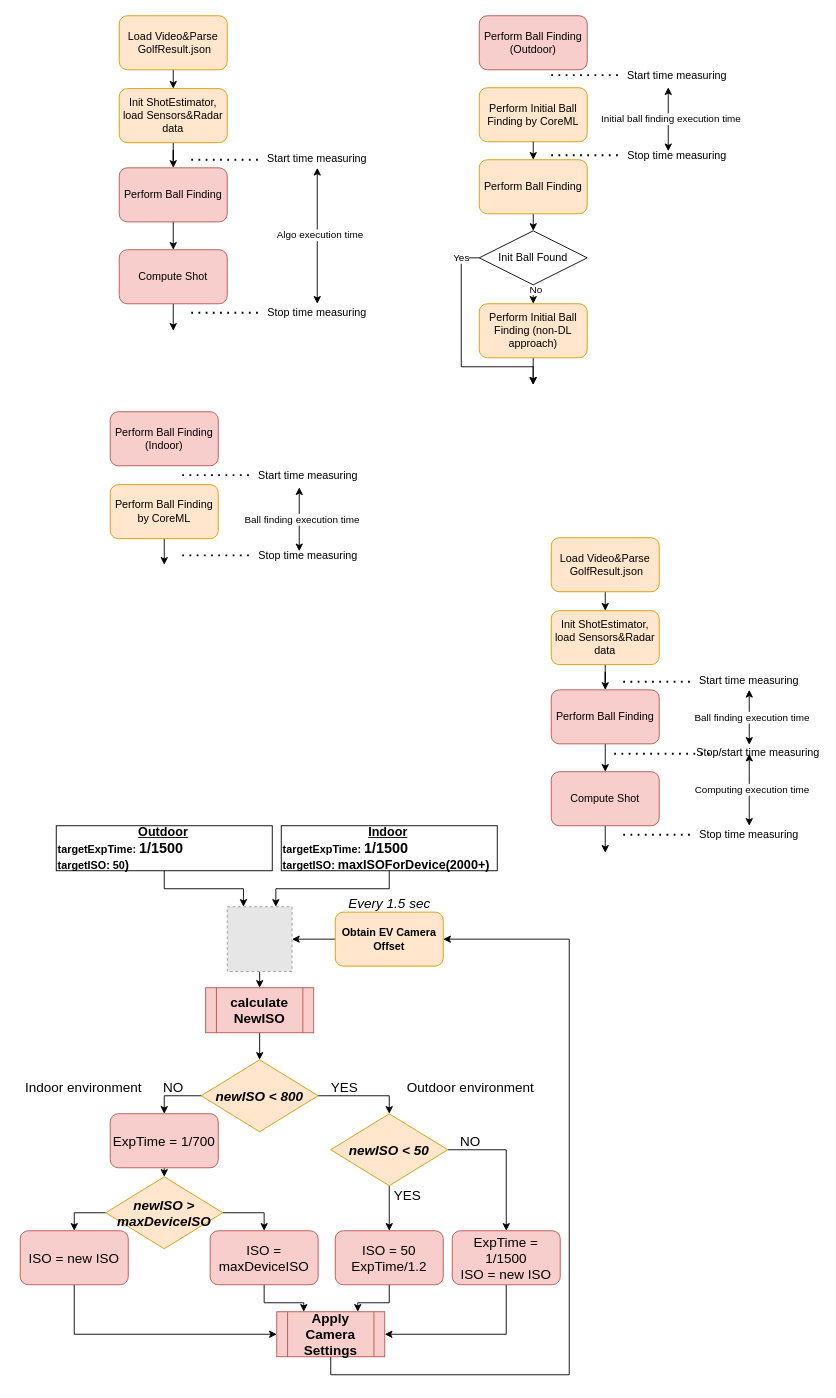
Above: MLM.drawio in Mike335207/work (draw.io), before the change. Source tidied: cells renumbered, new cells numbered last; positions are measured from the earlier drawing's top-left corner, leaving out a move shared by most shapes. Both pictures are drawn from the tidied source at 90%, with x=0, y=0 at pixel (15, 15). Pictures stored in the file or linked from it are replaced by grey dashed boxes.
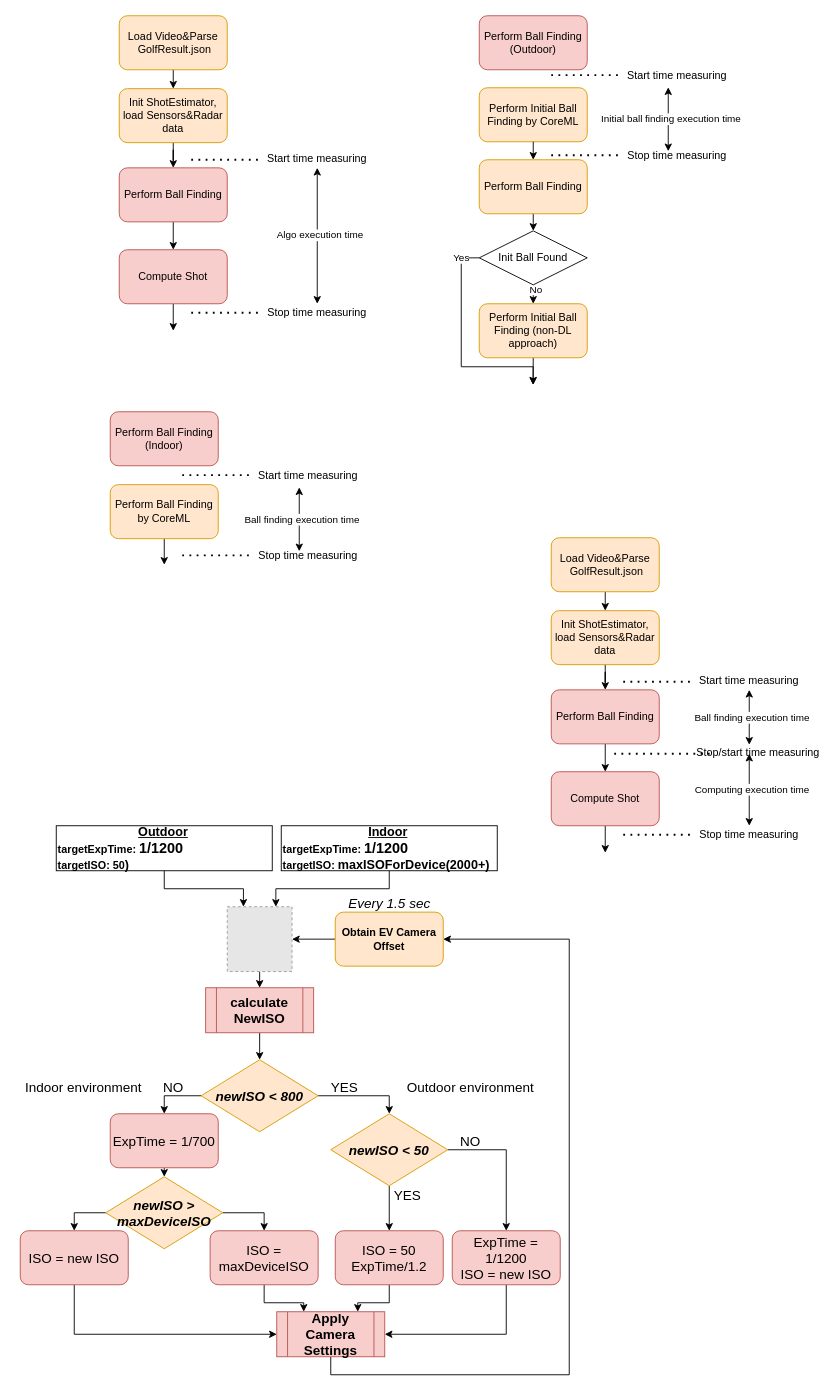
The same page after the edit.

What changed in the source:
```diff
@@
-    <mxCell id="63" value="&lt;div style=&quot;text-align: center&quot;&gt;&lt;span style=&quot;font-size: 14px&quot;&gt;&lt;u&gt;Indoor&lt;/u&gt;&lt;/span&gt;&lt;/div&gt;targetExpTime: &lt;font style=&quot;font-size: 16px&quot;&gt;1/1500&lt;/font&gt;&lt;br&gt;targetISO: &lt;font style=&quot;font-size: 14px&quot;&gt;maxISOForDevice(2000+)&amp;nbsp;&lt;/font&gt;" style="text;html=1;fillColor=none;align=left;verticalAlign=middle;whiteSpace=wrap;rounded=0;fontStyle=1;strokeColor=#000000;" parent="1" vertex="1">
+    <mxCell id="63" value="&lt;div style=&quot;text-align: center&quot;&gt;&lt;span style=&quot;font-size: 14px&quot;&gt;&lt;u&gt;Indoor&lt;/u&gt;&lt;/span&gt;&lt;/div&gt;targetExpTime: &lt;font style=&quot;font-size: 16px&quot;&gt;1/1200&lt;/font&gt;&lt;br&gt;targetISO: &lt;font style=&quot;font-size: 14px&quot;&gt;maxISOForDevice(2000+)&amp;nbsp;&lt;/font&gt;" style="text;html=1;fillColor=none;align=left;verticalAlign=middle;whiteSpace=wrap;rounded=0;fontStyle=1;strokeColor=#000000;" parent="1" vertex="1">
       <mxGeometry x="295" y="900" width="240" height="50" as="geometry" />
     </mxCell>
@@
-    <mxCell id="65" value="&lt;div style=&quot;text-align: center&quot;&gt;&lt;span style=&quot;font-size: 14px&quot;&gt;&amp;nbsp; &amp;nbsp; &amp;nbsp; &amp;nbsp; &amp;nbsp; &amp;nbsp; &amp;nbsp; &amp;nbsp; &amp;nbsp; &amp;nbsp; &amp;nbsp; &amp;nbsp;&lt;u&gt;Outdoor&lt;/u&gt;&lt;/span&gt;&lt;/div&gt;targetExpTime: &lt;font style=&quot;font-size: 16px&quot;&gt;1/1500&lt;/font&gt;&lt;br&gt;targetISO: 50&lt;font style=&quot;font-size: 14px&quot;&gt;)&amp;nbsp;&lt;/font&gt;" style="text;html=1;fillColor=none;align=left;verticalAlign=middle;whiteSpace=wrap;rounded=0;fontStyle=1;strokeColor=#000000;" parent="1" vertex="1">
+    <mxCell id="65" value="&lt;div style=&quot;text-align: center&quot;&gt;&lt;span style=&quot;font-size: 14px&quot;&gt;&amp;nbsp; &amp;nbsp; &amp;nbsp; &amp;nbsp; &amp;nbsp; &amp;nbsp; &amp;nbsp; &amp;nbsp; &amp;nbsp; &amp;nbsp; &amp;nbsp; &amp;nbsp;&lt;u&gt;Outdoor&lt;/u&gt;&lt;/span&gt;&lt;/div&gt;targetExpTime: &lt;font style=&quot;font-size: 16px&quot;&gt;1/1200&lt;/font&gt;&lt;br&gt;targetISO: 50&lt;font style=&quot;font-size: 14px&quot;&gt;)&amp;nbsp;&lt;/font&gt;" style="text;html=1;fillColor=none;align=left;verticalAlign=middle;whiteSpace=wrap;rounded=0;fontStyle=1;strokeColor=#000000;" parent="1" vertex="1">
       <mxGeometry x="45" y="900" width="240" height="50" as="geometry" />
     </mxCell>
@@
-    <mxCell id="92" value="ExpTime = 1/1500&lt;br&gt;ISO = new ISO" style="rounded=1;whiteSpace=wrap;html=1;fillColor=#f8cecc;strokeColor=#b85450;fontSize=15;" parent="1" vertex="1">
+    <mxCell id="92" value="ExpTime = 1/1200&lt;br&gt;ISO = new ISO" style="rounded=1;whiteSpace=wrap;html=1;fillColor=#f8cecc;strokeColor=#b85450;fontSize=15;" parent="1" vertex="1">
       <mxGeometry x="485" y="1350" width="120" height="60" as="geometry" />
     </mxCell>
```
